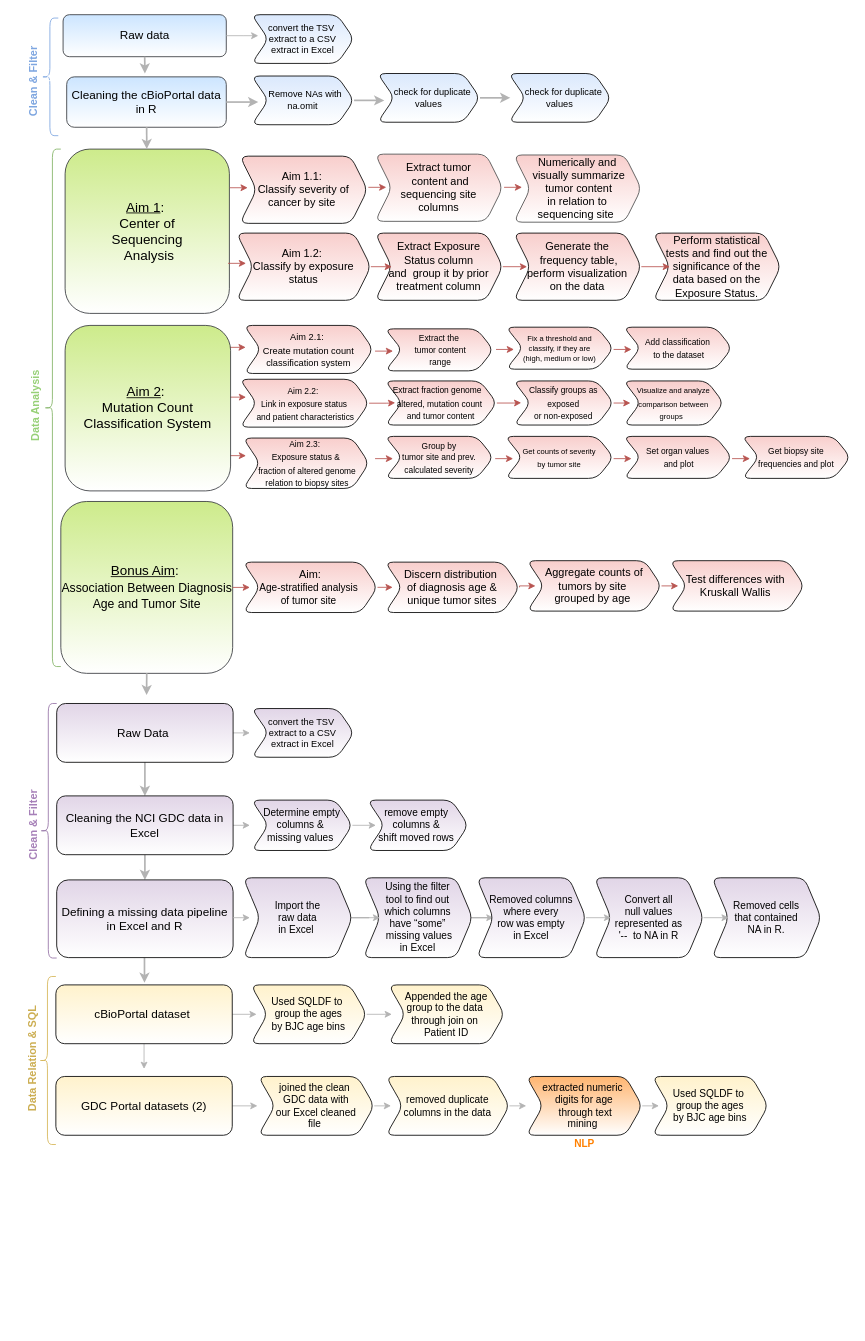
The draw.io diagram Pipeline_Image.drawio in aiy-wish/Data-Wrangling-Project, before the edit. Source tidied: cells renumbered, new cells numbered last; positions are measured from the earlier drawing's top-left corner, leaving out a move shared by most shapes. Both pictures are drawn from the tidied source at 84%, with x=0, y=0 at pixel (-31, 14).
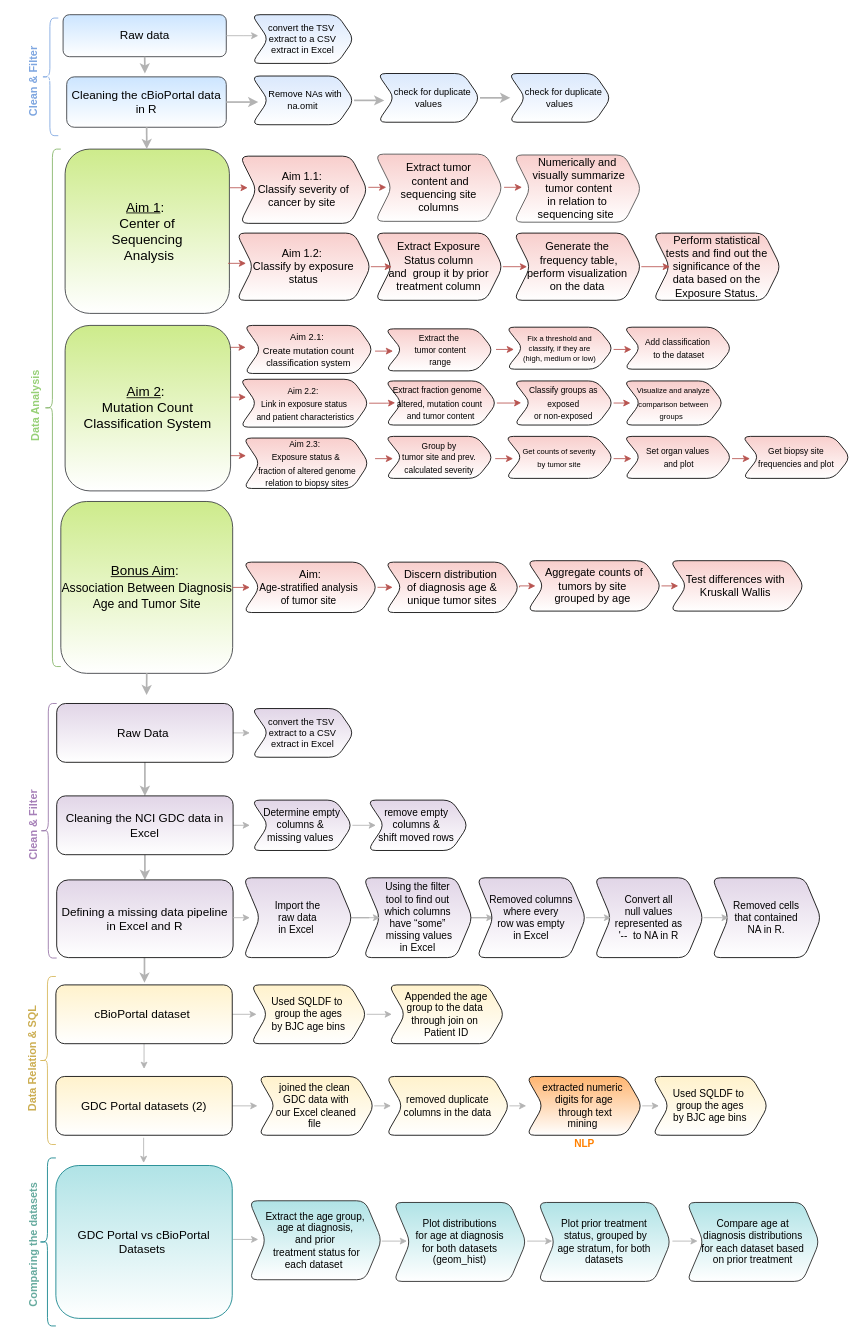
After the change.

Commit message:
Added Taxane pipeline -AT

Diff of the diagram source:
```diff
@@
+    <mxCell id="117" style="edgeStyle=orthogonalEdgeStyle;rounded=0;orthogonalLoop=1;jettySize=auto;html=1;exitX=0.5;exitY=1;exitDx=0;exitDy=0;fontSize=12;strokeColor=#B3B3B3;" parent="1" edge="1">
+      <mxGeometry relative="1" as="geometry">
+        <mxPoint x="207.5" y="1337" as="sourcePoint" />
+        <mxPoint x="207.5" y="1367" as="targetPoint" />
+      </mxGeometry>
+    </mxCell>
+    <mxCell id="118" value="GDC Portal vs cBioPortal Datasets&amp;nbsp;" style="rounded=1;whiteSpace=wrap;html=1;fontSize=14;strokeColor=#0e8088;fillColor=#b0e3e6;align=center;gradientColor=#ffffff;" parent="1" vertex="1">
+      <mxGeometry x="103" y="1370" width="210" height="182" as="geometry" />
+    </mxCell>
+    <mxCell id="119" style="shape=curlyBracket;whiteSpace=wrap;html=1;rounded=1;fontSize=14;strokeColor=#0e8088;fillColor=#b0e3e6;align=center;" parent="1" vertex="1">
+      <mxGeometry x="83" y="1361" width="20" height="200" as="geometry" />
+    </mxCell>
+    <mxCell id="120" value="&lt;b&gt;Comparing the&amp;nbsp;datasets&lt;br&gt;&lt;/b&gt;" style="text;html=1;align=center;verticalAlign=middle;fontSize=13;rotation=-90;fillColor=none;strokeColor=none;fontColor=#67AB9F;" parent="1" vertex="1">
+      <mxGeometry x="-3" y="1455" width="158" height="20" as="geometry" />
+    </mxCell>
+    <mxCell id="121" style="edgeStyle=orthogonalEdgeStyle;rounded=0;orthogonalLoop=1;jettySize=auto;html=1;exitX=1;exitY=0.5;exitDx=0;exitDy=0;fontSize=12;strokeColor=#B3B3B3;" parent="1" edge="1">
+      <mxGeometry relative="1" as="geometry">
+        <mxPoint x="314" y="1458" as="sourcePoint" />
+        <mxPoint x="344" y="1458" as="targetPoint" />
+      </mxGeometry>
+    </mxCell>
+    <mxCell id="122" value="Extract the age group, &lt;br&gt;age at diagnosis, &lt;br&gt;and prior&lt;br&gt;&amp;nbsp;treatment status for &lt;br&gt;each dataset&amp;nbsp;" style="shape=step;perimeter=stepPerimeter;whiteSpace=wrap;html=1;fixedSize=1;fontSize=12;strokeColor=#1F1F1F;rounded=1;fillColor=#b0e3e6;gradientColor=#ffffff;" parent="1" vertex="1">
+      <mxGeometry x="333" y="1412" width="158" height="94" as="geometry" />
+    </mxCell>
+    <mxCell id="123" style="edgeStyle=orthogonalEdgeStyle;rounded=0;orthogonalLoop=1;jettySize=auto;html=1;exitX=1;exitY=0.5;exitDx=0;exitDy=0;fontSize=12;strokeColor=#B3B3B3;" parent="1" edge="1">
+      <mxGeometry relative="1" as="geometry">
+        <mxPoint x="491" y="1460" as="sourcePoint" />
+        <mxPoint x="521" y="1460" as="targetPoint" />
+      </mxGeometry>
+    </mxCell>
+    <mxCell id="124" value="Plot distributions &lt;br&gt;for age at diagnosis&lt;br&gt;&amp;nbsp;for both datasets&amp;nbsp;&lt;br&gt;(geom_hist)" style="shape=step;perimeter=stepPerimeter;whiteSpace=wrap;html=1;fixedSize=1;fontSize=12;strokeColor=#1F1F1F;rounded=1;fillColor=#b0e3e6;gradientColor=#ffffff;" parent="1" vertex="1">
+      <mxGeometry x="505" y="1414" width="158" height="94" as="geometry" />
+    </mxCell>
+    <mxCell id="125" style="edgeStyle=orthogonalEdgeStyle;rounded=0;orthogonalLoop=1;jettySize=auto;html=1;exitX=1;exitY=0.5;exitDx=0;exitDy=0;fontSize=12;strokeColor=#B3B3B3;" parent="1" edge="1">
+      <mxGeometry relative="1" as="geometry">
+        <mxPoint x="664" y="1460" as="sourcePoint" />
+        <mxPoint x="694" y="1460" as="targetPoint" />
+      </mxGeometry>
+    </mxCell>
+    <mxCell id="126" value="Plot prior treatment &lt;br&gt;&amp;nbsp;status, grouped by &lt;br&gt;age stratum, for both&lt;br&gt;datasets" style="shape=step;perimeter=stepPerimeter;whiteSpace=wrap;html=1;fixedSize=1;fontSize=12;strokeColor=#1F1F1F;rounded=1;fillColor=#b0e3e6;gradientColor=#ffffff;" parent="1" vertex="1">
+      <mxGeometry x="677" y="1414" width="158" height="94" as="geometry" />
+    </mxCell>
+    <mxCell id="127" style="edgeStyle=orthogonalEdgeStyle;rounded=0;orthogonalLoop=1;jettySize=auto;html=1;exitX=1;exitY=0.5;exitDx=0;exitDy=0;fontSize=12;strokeColor=#B3B3B3;" parent="1" edge="1">
+      <mxGeometry relative="1" as="geometry">
+        <mxPoint x="837" y="1460" as="sourcePoint" />
+        <mxPoint x="867" y="1460" as="targetPoint" />
+      </mxGeometry>
+    </mxCell>
+    <mxCell id="128" value="Compare age at &lt;br&gt;diagnosis distributions &lt;br&gt;for each dataset based &lt;br&gt;on prior treatment" style="shape=step;perimeter=stepPerimeter;whiteSpace=wrap;html=1;fixedSize=1;fontSize=12;strokeColor=#1F1F1F;rounded=1;fillColor=#b0e3e6;gradientColor=#ffffff;" parent="1" vertex="1">
+      <mxGeometry x="854" y="1414" width="158" height="94" as="geometry" />
+    </mxCell>
```
